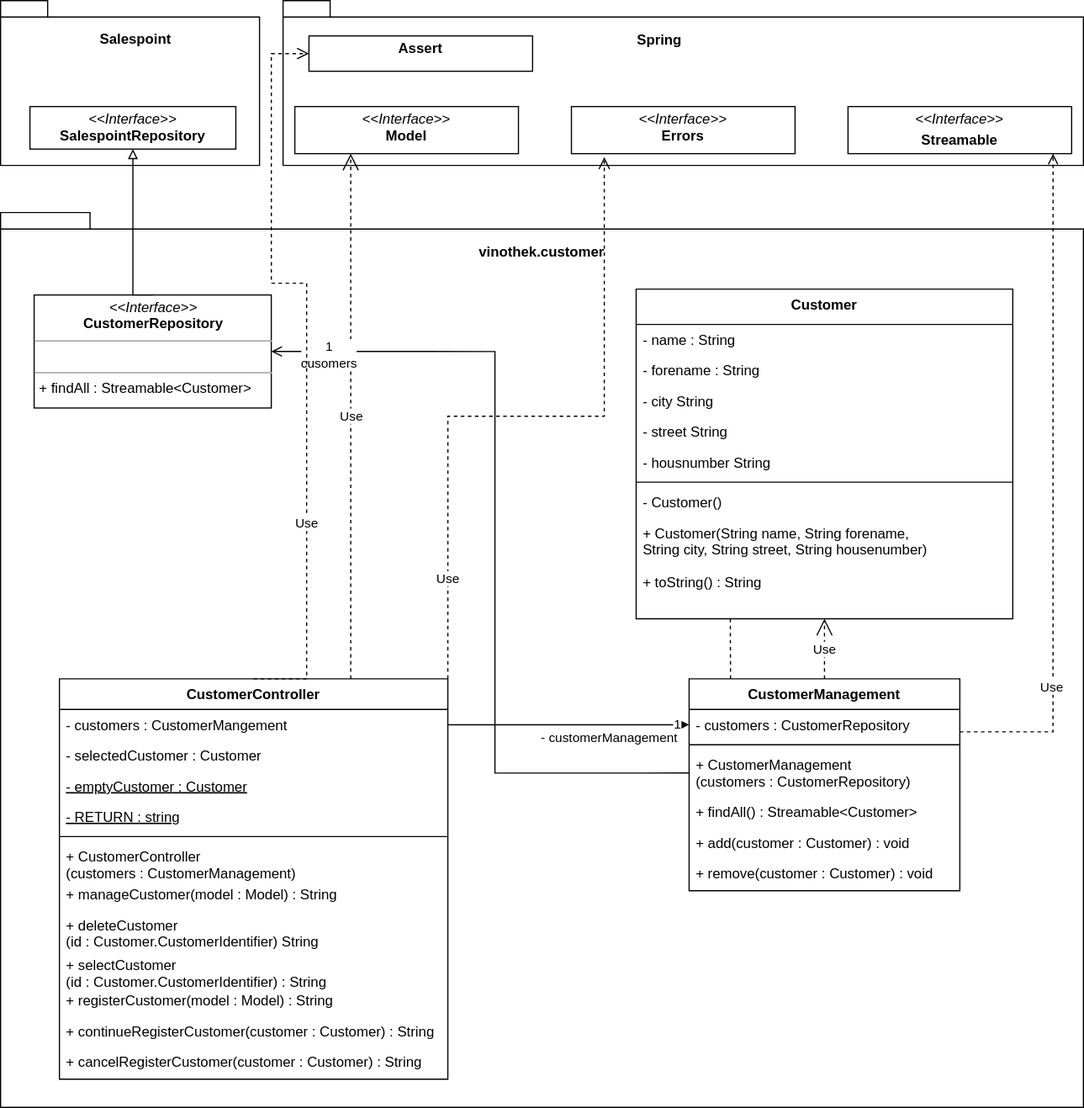
This is diagrams SWP/Klassendiagramm Customer.drawio.svg from StarSkiller/Diagrams, a draw.io export, as it was before one commit. Source tidied: cells renumbered, new cells last; positions are measured from the earlier drawing's top-left corner, leaving out a move shared by most shapes.
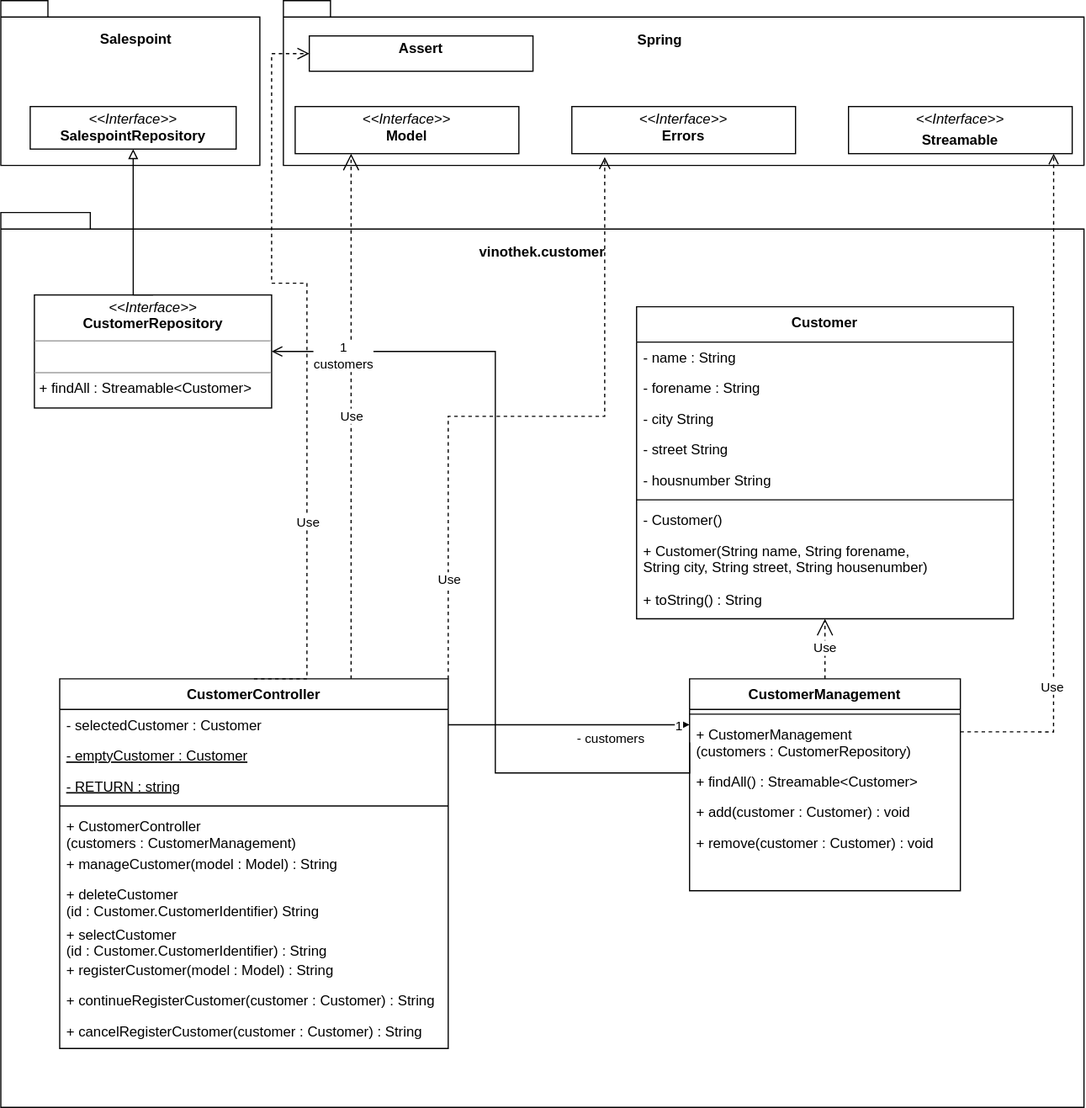
After the commit.

The edit, as a diff of the source:
```diff
@@ -33,46 +33,43 @@
       <mxGeometry x="28.5" y="70" width="201.5" height="96" as="geometry" />
     </mxCell>
     <mxCell id="12" value="CustomerController" style="swimlane;fontStyle=1;align=center;verticalAlign=top;horizontal=1;startSize=26;rounded=0;shadow=0;strokeWidth=1;" parent="8" vertex="1">
-      <mxGeometry x="50" y="396" width="330" height="340" as="geometry" />
+      <mxGeometry x="50" y="396" width="330" height="314" as="geometry" />
     </mxCell>
-    <mxCell id="13" value="- customers : CustomerMangement" style="text;align=left;verticalAlign=top;spacingLeft=4;spacingRight=4;overflow=hidden;points=[[0,0.5],[1,0.5]];portConstraint=eastwest;" parent="12" vertex="1">
-      <mxGeometry y="26" width="330" height="26" as="geometry" />
-    </mxCell>
     <mxCell id="14" value="- selectedCustomer : Customer" style="text;align=left;verticalAlign=top;spacingLeft=4;spacingRight=4;overflow=hidden;rounded=0;shadow=0;html=0;" parent="12" vertex="1">
-      <mxGeometry y="52" width="330" height="26" as="geometry" />
+      <mxGeometry y="26" width="330" height="26" as="geometry" />
     </mxCell>
     <mxCell id="15" value="- emptyCustomer : Customer" style="text;align=left;verticalAlign=top;spacingLeft=4;spacingRight=4;overflow=hidden;rounded=0;shadow=0;html=0;fontStyle=4;" parent="12" vertex="1">
-      <mxGeometry y="78" width="330" height="26" as="geometry" />
+      <mxGeometry y="52" width="330" height="26" as="geometry" />
     </mxCell>
     <mxCell id="16" value="- RETURN : string" style="text;align=left;verticalAlign=top;spacingLeft=4;spacingRight=4;overflow=hidden;rounded=0;shadow=0;html=0;fontStyle=4;" parent="12" vertex="1">
-      <mxGeometry y="104" width="330" height="26" as="geometry" />
+      <mxGeometry y="78" width="330" height="26" as="geometry" />
     </mxCell>
     <mxCell id="17" style="line;html=1;strokeWidth=1;align=left;verticalAlign=middle;spacingTop=-1;spacingLeft=3;spacingRight=3;labelPosition=right;" parent="12" vertex="1">
-      <mxGeometry y="130" width="330" height="8" as="geometry" />
+      <mxGeometry y="104" width="330" height="8" as="geometry" />
     </mxCell>
     <mxCell id="18" value="+ CustomerController&#10;(customers : CustomerManagement)" style="text;align=left;verticalAlign=top;spacingLeft=4;spacingRight=4;overflow=hidden;fontStyle=0;" parent="12" vertex="1">
-      <mxGeometry y="138" width="330" height="32" as="geometry" />
+      <mxGeometry y="112" width="330" height="32" as="geometry" />
     </mxCell>
     <mxCell id="19" value="+ manageCustomer(model : Model) : String" style="text;align=left;verticalAlign=top;spacingLeft=4;spacingRight=4;overflow=hidden;" parent="12" vertex="1">
-      <mxGeometry y="170" width="330" height="26" as="geometry" />
+      <mxGeometry y="144" width="330" height="26" as="geometry" />
     </mxCell>
     <mxCell id="20" value="+ deleteCustomer&#10;(id : Customer.CustomerIdentifier) String" style="text;align=left;verticalAlign=top;spacingLeft=4;spacingRight=4;overflow=hidden;" parent="12" vertex="1">
-      <mxGeometry y="196" width="330" height="34" as="geometry" />
+      <mxGeometry y="170" width="330" height="34" as="geometry" />
     </mxCell>
     <mxCell id="21" value="+ selectCustomer&#10;(id : Customer.CustomerIdentifier) : String" style="text;align=left;verticalAlign=top;spacingLeft=4;spacingRight=4;overflow=hidden;rounded=0;shadow=0;html=0;" parent="12" vertex="1">
-      <mxGeometry y="230" width="330" height="30" as="geometry" />
+      <mxGeometry y="204" width="330" height="30" as="geometry" />
     </mxCell>
     <mxCell id="22" value="+ registerCustomer(model : Model) : String" style="text;align=left;verticalAlign=top;spacingLeft=4;spacingRight=4;overflow=hidden;rounded=0;shadow=0;html=0;" parent="12" vertex="1">
-      <mxGeometry y="260" width="330" height="26" as="geometry" />
+      <mxGeometry y="234" width="330" height="26" as="geometry" />
     </mxCell>
     <mxCell id="23" value="+ continueRegisterCustomer(customer : Customer) : String" style="text;align=left;verticalAlign=top;spacingLeft=4;spacingRight=4;overflow=hidden;rounded=0;shadow=0;html=0;" parent="12" vertex="1">
-      <mxGeometry y="286" width="330" height="26" as="geometry" />
+      <mxGeometry y="260" width="330" height="26" as="geometry" />
     </mxCell>
     <mxCell id="24" value="+ cancelRegisterCustomer(customer : Customer) : String" style="text;align=left;verticalAlign=top;spacingLeft=4;spacingRight=4;overflow=hidden;rounded=0;shadow=0;html=0;" parent="12" vertex="1">
-      <mxGeometry y="312" width="330" height="26" as="geometry" />
+      <mxGeometry y="286" width="330" height="26" as="geometry" />
     </mxCell>
     <mxCell id="25" value="Customer" style="swimlane;fontStyle=1;align=center;verticalAlign=top;horizontal=1;startSize=30;rounded=0;shadow=0;strokeWidth=1;" parent="1" vertex="1">
-      <mxGeometry x="540" y="245" width="320" height="280" as="geometry" />
+      <mxGeometry x="540" y="260" width="320" height="265" as="geometry" />
     </mxCell>
     <mxCell id="26" value="- name : String" style="text;align=left;verticalAlign=top;spacingLeft=4;spacingRight=4;overflow=hidden;" parent="25" vertex="1">
       <mxGeometry y="30" width="320" height="26" as="geometry" />
@@ -104,33 +101,33 @@
     <mxCell id="35" value="CustomerManagement" style="swimlane;fontStyle=1;align=center;verticalAlign=top;horizontal=1;startSize=26;rounded=0;shadow=0;strokeWidth=1;" parent="1" vertex="1">
       <mxGeometry x="585" y="576" width="230" height="180" as="geometry" />
     </mxCell>
-    <mxCell id="36" value="- customers : CustomerRepository" style="text;align=left;verticalAlign=top;spacingLeft=4;spacingRight=4;overflow=hidden;points=[[0,0.5],[1,0.5]];portConstraint=eastwest;" parent="35" vertex="1">
-      <mxGeometry y="26" width="230" height="26" as="geometry" />
-    </mxCell>
     <mxCell id="37" style="line;html=1;strokeWidth=1;align=left;verticalAlign=middle;spacingTop=-1;spacingLeft=3;spacingRight=3;labelPosition=right;" parent="35" vertex="1">
-      <mxGeometry y="52" width="230" height="8" as="geometry" />
+      <mxGeometry y="26" width="230" height="8" as="geometry" />
     </mxCell>
     <mxCell id="38" value="+ CustomerManagement&#10;(customers : CustomerRepository)" style="text;align=left;verticalAlign=top;spacingLeft=4;spacingRight=4;overflow=hidden;points=[[0,0.5],[1,0.5]];portConstraint=eastwest;" parent="35" vertex="1">
-      <mxGeometry y="60" width="230" height="40" as="geometry" />
+      <mxGeometry y="34" width="230" height="40" as="geometry" />
     </mxCell>
     <mxCell id="39" value="+ findAll() : Streamable&lt;Customer&gt;" style="text;align=left;verticalAlign=top;spacingLeft=4;spacingRight=4;overflow=hidden;" parent="35" vertex="1">
-      <mxGeometry y="100" width="230" height="26" as="geometry" />
+      <mxGeometry y="74" width="230" height="26" as="geometry" />
     </mxCell>
     <mxCell id="40" value="+ add(customer : Customer) : void" style="text;align=left;verticalAlign=top;spacingLeft=4;spacingRight=4;overflow=hidden;" parent="35" vertex="1">
-      <mxGeometry y="126" width="230" height="26" as="geometry" />
+      <mxGeometry y="100" width="230" height="26" as="geometry" />
     </mxCell>
     <mxCell id="41" value="+ remove(customer : Customer) : void" style="text;align=left;verticalAlign=top;spacingLeft=4;spacingRight=4;overflow=hidden;" parent="35" vertex="1">
-      <mxGeometry y="152" width="230" height="26" as="geometry" />
+      <mxGeometry y="126" width="230" height="26" as="geometry" />
     </mxCell>
-    <mxCell id="42" style="edgeStyle=orthogonalEdgeStyle;rounded=0;jettySize=auto;html=1;exitX=1;exitY=0.5;exitDx=0;exitDy=0;entryX=0;entryY=0.5;entryDx=0;entryDy=0;" parent="1" edge="1" source="13" target="36">
-      <mxGeometry relative="1" as="geometry" />
+    <mxCell id="42" style="edgeStyle=orthogonalEdgeStyle;rounded=0;orthogonalLoop=1;jettySize=auto;html=1;exitX=1;exitY=0.5;exitDx=0;exitDy=0;entryX=0;entryY=0.5;entryDx=0;entryDy=0;" parent="1" edge="1">
+      <mxGeometry relative="1" as="geometry">
+        <mxPoint x="380" y="615" as="sourcePoint" />
+        <mxPoint x="585" y="615" as="targetPoint" />
+      </mxGeometry>
     </mxCell>
     <mxCell id="43" value="1" style="edgeLabel;html=1;align=center;verticalAlign=middle;" parent="42" vertex="1">
       <mxGeometry x="-0.24" relative="1" as="geometry">
         <mxPoint x="117" as="offset" />
       </mxGeometry>
     </mxCell>
-    <mxCell id="44" value="- customerManagement" style="edgeLabel;html=1;align=center;verticalAlign=middle;" parent="42" vertex="1">
+    <mxCell id="44" value="- customers" style="edgeLabel;html=1;align=center;verticalAlign=middle;" parent="42" vertex="1">
       <mxGeometry x="0.67" y="2" relative="1" as="geometry">
         <mxPoint x="-34" y="13" as="offset" />
       </mxGeometry>
@@ -148,9 +145,6 @@
         </Array>
       </mxGeometry>
     </mxCell>
-    <mxCell id="48" style="endArrow=none;dashed=1;endFill=0;endSize=12;html=1;rounded=0;exitX=0.153;exitY=0;exitDx=0;exitDy=0;entryX=0.25;entryY=1;entryDx=0;entryDy=0;exitPerimeter=0;" parent="1" edge="1" source="35" target="25">
-      <mxGeometry relative="1" as="geometry" />
-    </mxCell>
     <mxCell id="49" value="&lt;p style=&quot;margin:0px;margin-top:4px;text-align:center;&quot;&gt;&lt;i&gt;&amp;lt;&amp;lt;Interface&amp;gt;&amp;gt;&lt;/i&gt;&lt;br&gt;&lt;b&gt;Model&lt;/b&gt;&lt;/p&gt;&lt;p style=&quot;margin:0px;margin-left:4px;&quot;&gt;&lt;br&gt;&lt;/p&gt;" style="verticalAlign=top;align=left;overflow=fill;fontSize=12;fontFamily=Helvetica;html=1;" parent="1" vertex="1">
       <mxGeometry x="250" y="90" width="190" height="40" as="geometry" />
     </mxCell>
@@ -177,9 +171,9 @@
         </Array>
       </mxGeometry>
     </mxCell>
-    <mxCell id="56" value="1&lt;br&gt;cusomers" style="edgeLabel;html=1;align=center;verticalAlign=middle;" parent="55" vertex="1">
+    <mxCell id="56" value="1&lt;br&gt;customers" style="edgeLabel;html=1;align=center;verticalAlign=middle;" parent="55" vertex="1">
       <mxGeometry x="0.92" y="1" relative="1" as="geometry">
-        <mxPoint x="22" y="2" as="offset" />
+        <mxPoint x="32" y="2" as="offset" />
       </mxGeometry>
     </mxCell>
     <mxCell id="57" style="edgeStyle=orthogonalEdgeStyle;rounded=0;jettySize=auto;html=1;exitX=1;exitY=0;exitDx=0;exitDy=0;entryX=0.147;entryY=1.074;entryDx=0;entryDy=0;entryPerimeter=0;endArrow=open;endFill=0;endSize=8;dashed=1;" parent="1" edge="1" source="12" target="50">
```
